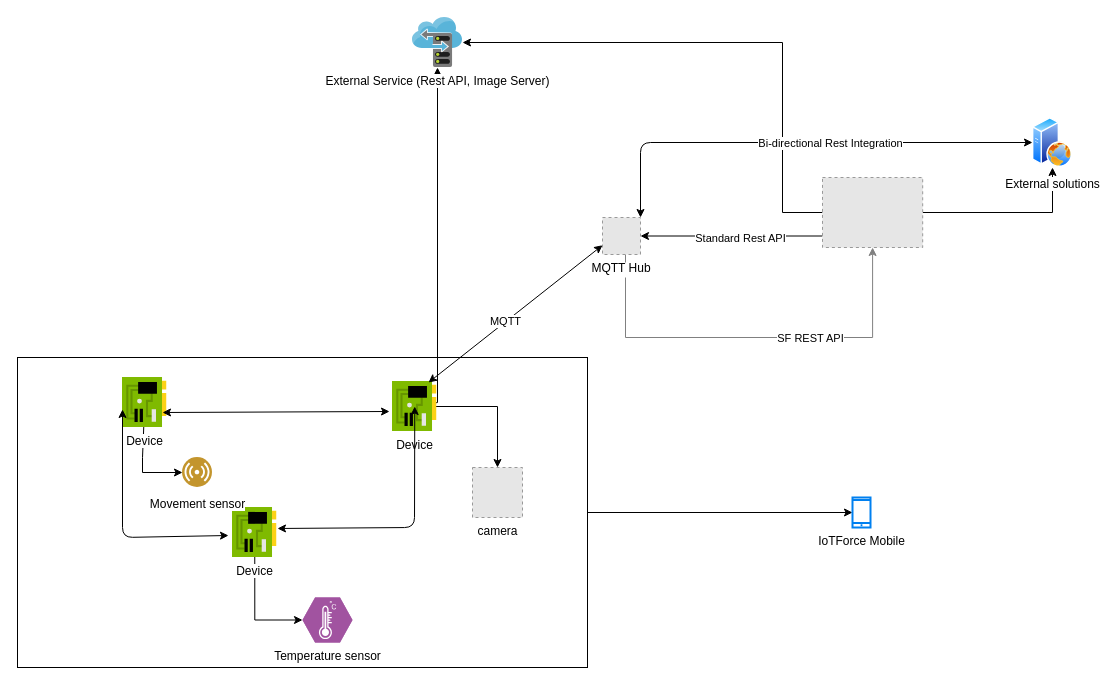
Earlier version of the draw.io diagram Untitled Diagram.drawio (krukmat/AlarmForceV2). Source tidied: cells renumbered, new cells numbered last; positions are measured from the earlier drawing's top-left corner, leaving out a move shared by most shapes. Both pictures are drawn from the tidied source at 100%, with x=0, y=0 at pixel (17, 17). Pictures stored in the file or linked from it are replaced by grey dashed boxes.
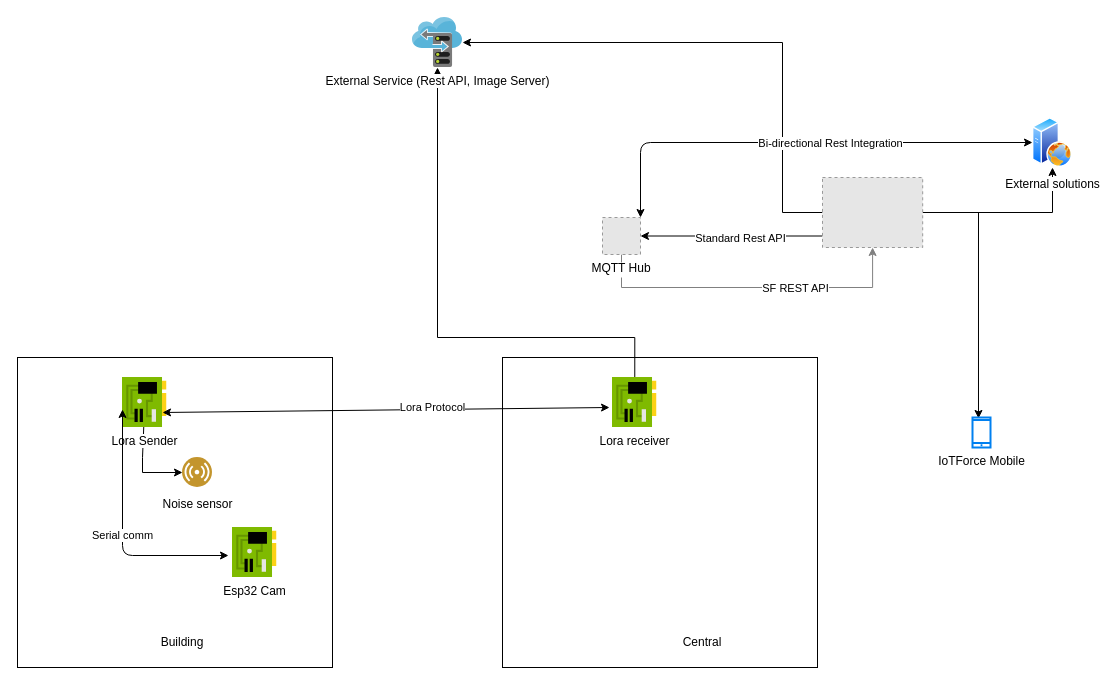
After the change.

The change refers to these unchanged cells:
```xml
<mxCell id="9" value="MQTT Hub" style="fillColor=#E6E6E6;strokeColor=#999999;dashed=1;verticalLabelPosition=bottom;labelBackgroundColor=#ffffff;verticalAlign=top;" parent="1" vertex="1">
  <mxGeometry x="585" y="200" width="38" height="37" as="geometry" />
</mxCell>
<mxCell id="14" style="fillColor=#E6E6E6;strokeColor=#999999;dashed=1;verticalLabelPosition=bottom;labelBackgroundColor=#ffffff;verticalAlign=top;" parent="1" vertex="1">
  <mxGeometry x="805" y="160" width="100.2" height="70" as="geometry" />
</mxCell>
<mxCell id="17" value="External Service (Rest API, Image Server)" style="html=1;points=[];align=center;image;fontSize=12;image=img/lib/mscae/Storage_sync_service.svg;" parent="1" vertex="1">
  <mxGeometry x="395" width="50" height="50" as="geometry" />
</mxCell>
<mxCell id="20" style="endArrow=classic;startArrow=classic;html=1;entryX=-0.067;entryY=0.6;entryDx=0;entryDy=0;entryPerimeter=0;" parent="1" edge="1" target="6">
  <mxGeometry relative="1" as="geometry">
    <mxPoint x="145" y="395" as="sourcePoint" />
  </mxGeometry>
</mxCell>
```

Change to the diagram source:
```diff
@@
-    <mxCell id="2" style="edgeStyle=orthogonalEdgeStyle;rounded=0;jettySize=auto;html=1;" parent="1" edge="1" source="3" target="28">
-      <mxGeometry relative="1" as="geometry" />
-    </mxCell>
+    <mxCell id="32" style="rounded=0;whiteSpace=wrap;html=1;" parent="1" vertex="1">
+      <mxGeometry x="485" y="340" width="315" height="310" as="geometry" />
+    </mxCell>
     <mxCell id="3" style="rounded=0;whiteSpace=wrap;html=1;" parent="1" vertex="1">
-      <mxGeometry y="340" width="570" height="310" as="geometry" />
+      <mxGeometry y="340" width="315" height="310" as="geometry" />
     </mxCell>
-    <mxCell id="4" style="edgeStyle=orthogonalEdgeStyle;rounded=0;jettySize=auto;html=1;" parent="1" edge="1" source="6" target="25">
-      <mxGeometry relative="1" as="geometry" />
-    </mxCell>
     <mxCell id="5" style="edgeStyle=orthogonalEdgeStyle;rounded=0;jettySize=auto;html=1;" parent="1" edge="1" source="6" target="17">
       <mxGeometry relative="1" as="geometry">
         <Array as="points">
-          <mxPoint x="420" y="385" />
+          <mxPoint x="617" y="320" />
+          <mxPoint x="420" y="320" />
         </Array>
       </mxGeometry>
     </mxCell>
-    <mxCell id="6" value="Device" style="html=1;perimeter=none;align=center;shadow=0;dashed=0;image;fontSize=12;image=img/lib/mscae/NetworkInterfaceCard.svg;" parent="1" vertex="1">
-      <mxGeometry x="375" y="364" width="44.5" height="50" as="geometry" />
+    <mxCell id="6" value="Lora receiver" style="html=1;perimeter=none;align=center;shadow=0;dashed=0;image;fontSize=12;image=img/lib/mscae/NetworkInterfaceCard.svg;" parent="1" vertex="1">
+      <mxGeometry x="595" y="360" width="44.5" height="50" as="geometry" />
     </mxCell>
     <mxCell id="7" style="edgeStyle=elbowEdgeStyle;rounded=0;jettySize=auto;html=1;strokeColor=#808080;elbow=vertical;" parent="1" edge="1" source="9" target="14">
       <mxGeometry relative="1" as="geometry">
         <Array as="points">
+          <mxPoint x="685" y="270" />
           <mxPoint x="608" y="320" />
         </Array>
       </mxGeometry>
     </mxCell>
@@
+    <mxCell id="33" style="edgeStyle=orthogonalEdgeStyle;rounded=0;jettySize=auto;html=1;entryX=0.333;entryY=0.033;entryDx=0;entryDy=0;entryPerimeter=0;" parent="1" edge="1" source="14" target="28">
+      <mxGeometry relative="1" as="geometry" />
+    </mxCell>
@@
-    <mxCell id="16" value="Device" style="html=1;perimeter=none;align=center;shadow=0;dashed=0;image;fontSize=12;image=img/lib/mscae/NetworkInterfaceCard.svg;" parent="1" vertex="1">
+    <mxCell id="16" value="Lora Sender" style="html=1;perimeter=none;align=center;shadow=0;dashed=0;image;fontSize=12;image=img/lib/mscae/NetworkInterfaceCard.svg;" parent="1" vertex="1">
       <mxGeometry x="105" y="360" width="44.5" height="50" as="geometry" />
     </mxCell>
@@
-    <mxCell id="18" style="edgeStyle=orthogonalEdgeStyle;rounded=0;jettySize=auto;html=1;entryX=0;entryY=0.5;entryDx=0;entryDy=0;entryPerimeter=0;" parent="1" edge="1" source="19" target="23">
-      <mxGeometry relative="1" as="geometry">
-        <Array as="points">
-          <mxPoint x="237" y="603" />
-        </Array>
-      </mxGeometry>
-    </mxCell>
-    <mxCell id="19" value="Device" style="html=1;perimeter=none;align=center;shadow=0;dashed=0;image;fontSize=12;image=img/lib/mscae/NetworkInterfaceCard.svg;" parent="1" vertex="1">
-      <mxGeometry x="215" y="490" width="44.5" height="50" as="geometry" />
+    <mxCell id="19" value="Esp32 Cam" style="html=1;perimeter=none;align=center;shadow=0;dashed=0;image;fontSize=12;image=img/lib/mscae/NetworkInterfaceCard.svg;" parent="1" vertex="1">
+      <mxGeometry x="215" y="510" width="44.5" height="50" as="geometry" />
     </mxCell>
+    <mxCell id="21" value="Serial comm" style="endArrow=classic;startArrow=classic;html=1;entryX=-0.09;entryY=0.56;entryDx=0;entryDy=0;entryPerimeter=0;exitX=0;exitY=0.64;exitDx=0;exitDy=0;exitPerimeter=0;" parent="1" edge="1" source="16" target="19">
+      <mxGeometry relative="1" as="geometry">
+        <Array as="points">
+          <mxPoint x="105" y="538" />
+        </Array>
+      </mxGeometry>
+    </mxCell>
@@
-    <mxCell id="21" style="endArrow=classic;startArrow=classic;html=1;entryX=-0.09;entryY=0.56;entryDx=0;entryDy=0;entryPerimeter=0;exitX=0;exitY=0.64;exitDx=0;exitDy=0;exitPerimeter=0;" parent="1" edge="1" source="16" target="19">
-      <mxGeometry relative="1" as="geometry">
-        <Array as="points">
-          <mxPoint x="105" y="520" />
-        </Array>
-      </mxGeometry>
-    </mxCell>
-    <mxCell id="22" style="endArrow=classic;startArrow=classic;html=1;exitX=1.011;exitY=0.42;exitDx=0;exitDy=0;exitPerimeter=0;" parent="1" edge="1" source="19" target="6">
-      <mxGeometry relative="1" as="geometry">
-        <Array as="points">
-          <mxPoint x="397" y="510" />
-        </Array>
-      </mxGeometry>
-    </mxCell>
-    <mxCell id="23" value="Temperature sensor" style="verticalLabelPosition=bottom;html=1;fillColor=#A153A0;strokeColor=#ffffff;verticalAlign=top;align=center;points=[[0,0.5,0],[0.125,0.25,0],[0.25,0,0],[0.5,0,0],[0.75,0,0],[0.875,0.25,0],[1,0.5,0],[0.875,0.75,0],[0.75,1,0],[0.5,1,0],[0.125,0.75,0]];shape=mxgraph.cisco_safe.compositeIcon;bgIcon=mxgraph.cisco_safe.design.blank_device;resIcon=mxgraph.cisco_safe.design.sensor;" parent="1" vertex="1">
-      <mxGeometry x="285" y="580" width="50" height="45" as="geometry" />
-    </mxCell>
+    <mxCell id="34" value="Lora Protocol" style="edgeLabel;html=1;align=center;verticalAlign=middle;" parent="20" vertex="1">
+      <mxGeometry x="0.21" y="2" relative="1" as="geometry" />
+    </mxCell>
-    <mxCell id="24" value="&lt;font color=&quot;#000000&quot;&gt;Movement sensor&lt;/font&gt;" style="perimeter=ellipsePerimeter;html=1;align=center;shadow=0;dashed=0;fontColor=#4277BB;labelBackgroundColor=#ffffff;fontSize=12;spacingTop=3;image;image=img/lib/ibm/users/sensor.svg;" parent="1" vertex="1">
+    <mxCell id="24" value="&lt;font color=&quot;#000000&quot;&gt;Noise sensor&lt;/font&gt;" style="perimeter=ellipsePerimeter;html=1;align=center;shadow=0;dashed=0;fontColor=#4277BB;labelBackgroundColor=#ffffff;fontSize=12;spacingTop=3;image;image=img/lib/ibm/users/sensor.svg;" parent="1" vertex="1">
       <mxGeometry x="165" y="440" width="30" height="30" as="geometry" />
     </mxCell>
-    <mxCell id="25" value="camera" style="fillColor=#E6E6E6;strokeColor=#999999;dashed=1;html=1;verticalAlign=top;verticalLabelPosition=bottom;labelBackgroundColor=#ffffff;" parent="1" vertex="1">
-      <mxGeometry x="455" y="450" width="50" height="50" as="geometry" />
-    </mxCell>
-    <mxCell id="26" style="endArrow=classic;startArrow=classic;html=1;exitX=0.809;exitY=0.02;exitDx=0;exitDy=0;exitPerimeter=0;entryX=0;entryY=0.75;entryDx=0;entryDy=0;" parent="1" edge="1" source="6" target="9">
-      <mxGeometry relative="1" as="geometry" />
-    </mxCell>
-    <mxCell id="27" value="MQTT" style="edgeLabel;html=1;align=center;verticalAlign=middle;" parent="26" vertex="1">
-      <mxGeometry x="-0.12" y="1" relative="1" as="geometry" />
-    </mxCell>
     <mxCell id="28" value="IoTForce Mobile" style="html=1;verticalLabelPosition=bottom;align=center;labelBackgroundColor=#ffffff;verticalAlign=top;strokeWidth=2;strokeColor=#0080F0;shadow=0;dashed=0;shape=mxgraph.ios7.icons.smartphone;" parent="1" vertex="1">
-      <mxGeometry x="835" y="480" width="18" height="30" as="geometry" />
+      <mxGeometry x="955" y="400" width="18" height="30" as="geometry" />
     </mxCell>
@@
+    <mxCell id="35" value="Building" style="text;html=1;strokeColor=none;fillColor=none;align=center;verticalAlign=middle;whiteSpace=wrap;rounded=0;" parent="1" vertex="1">
+      <mxGeometry x="135" y="610" width="60" height="30" as="geometry" />
+    </mxCell>
+    <mxCell id="36" value="Central" style="text;html=1;strokeColor=none;fillColor=none;align=center;verticalAlign=middle;whiteSpace=wrap;rounded=0;" parent="1" vertex="1">
+      <mxGeometry x="655" y="610" width="60" height="30" as="geometry" />
+    </mxCell>
```
